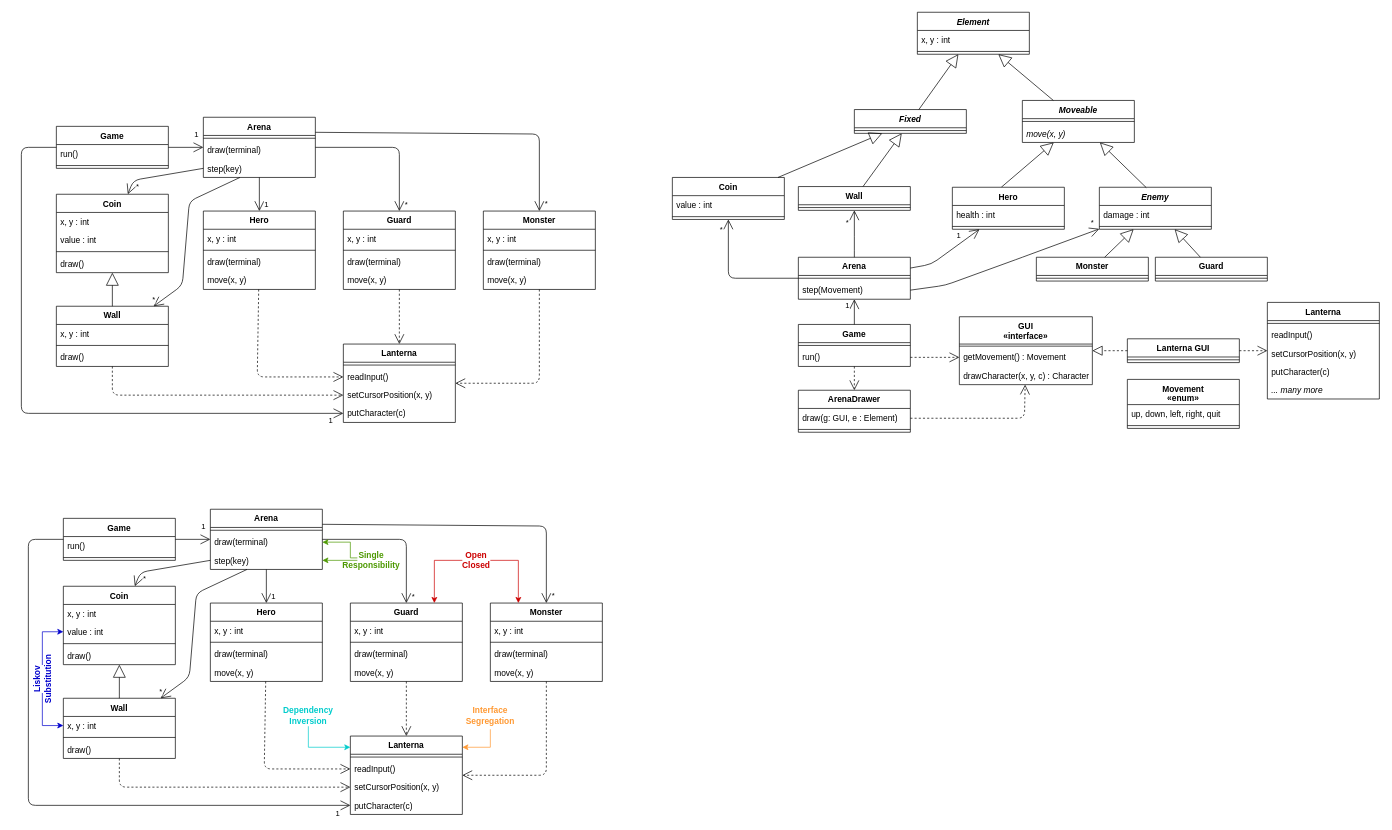
The draw.io diagram assets/solid/solid.drawio in arestivo/slides, before the edit. Source tidied: cells renumbered, new cells numbered last; positions are measured from the earlier drawing's top-left corner, leaving out a move shared by most shapes. Both pictures are drawn from the tidied source at 70%, with x=0, y=0 at pixel (21, 12).
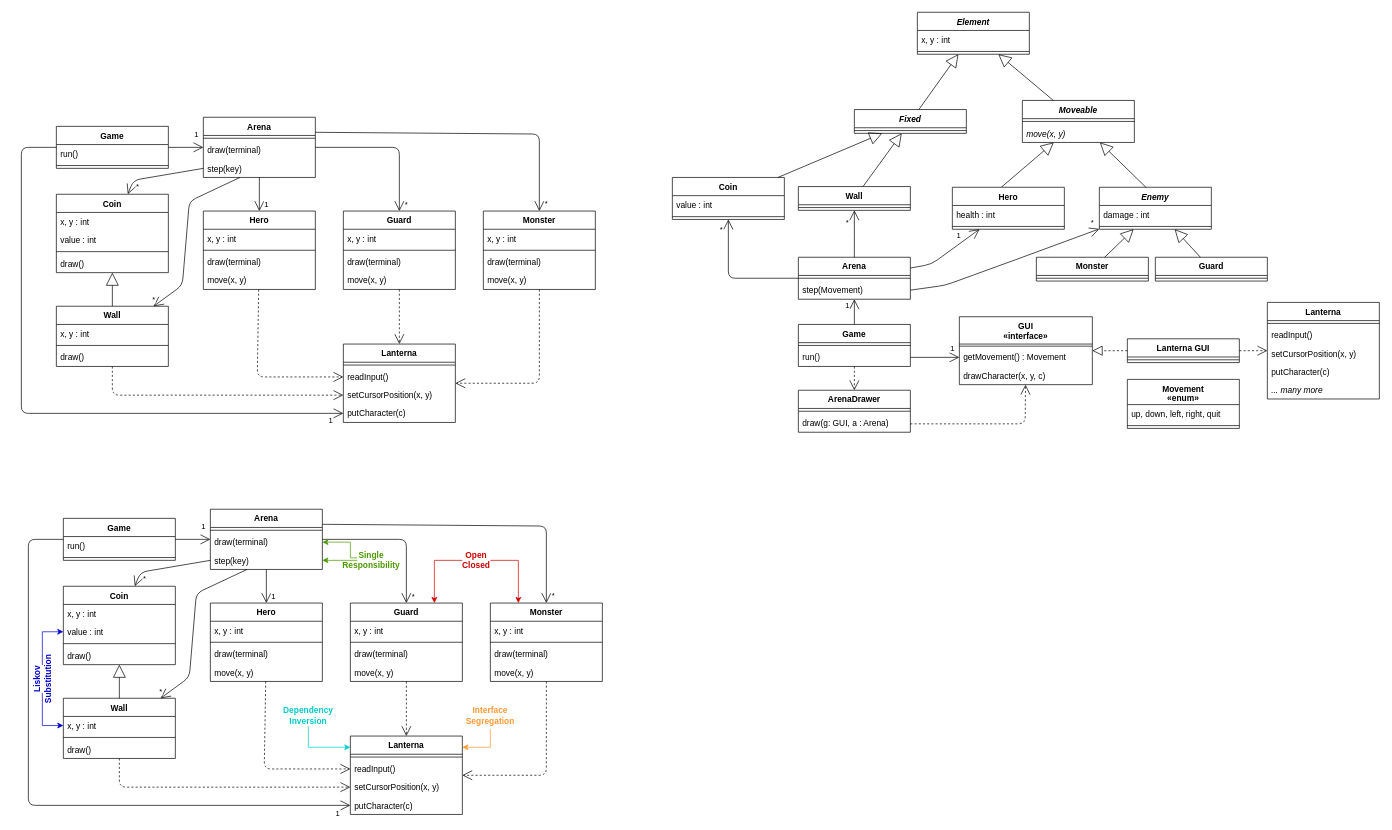
Above is the later version.

Commit message (it also covers changes not shown here):
Updated SOLID diagram

The change refers to these unchanged cells:
```xml
<mxCell id="116" value="run()" style="text;strokeColor=none;fillColor=none;align=left;verticalAlign=top;spacingLeft=4;spacingRight=4;overflow=hidden;points=[[0,0.5],[1,0.5]];portConstraint=eastwest;" parent="114" vertex="1">
  <mxGeometry y="34" width="160" height="26" as="geometry" />
</mxCell>
<mxCell id="154" value="GUI&#10;«interface»" style="swimlane;fontStyle=1;align=center;verticalAlign=top;horizontal=1;startSize=39;" parent="1" vertex="1">
  <mxGeometry x="1340" y="435" width="190" height="97" as="geometry" />
</mxCell>
<mxCell id="156" value="getMovement() : Movement" style="text;strokeColor=none;fillColor=none;align=left;verticalAlign=top;spacingLeft=4;spacingRight=4;overflow=hidden;points=[[0,0.5],[1,0.5]];portConstraint=eastwest;" parent="154" vertex="1">
  <mxGeometry y="45" width="190" height="26" as="geometry" />
</mxCell>
<mxCell id="168" value="ArenaDrawer" style="swimlane;fontStyle=1;align=center;verticalAlign=top;horizontal=1;startSize=26;" parent="1" vertex="1">
  <mxGeometry x="1110" y="540" width="160" height="60" as="geometry" />
</mxCell>
```

What changed in the source:
```diff
@@
-    <mxCell id="157" value="drawCharacter(x, y, c) : Character" style="text;strokeColor=none;fillColor=none;align=left;verticalAlign=top;spacingLeft=4;spacingRight=4;overflow=hidden;" parent="154" vertex="1">
+    <mxCell id="157" value="drawCharacter(x, y, c)" style="text;strokeColor=none;fillColor=none;align=left;verticalAlign=top;spacingLeft=4;spacingRight=4;overflow=hidden;" parent="154" vertex="1">
       <mxGeometry y="71" width="190" height="26" as="geometry" />
     </mxCell>
@@
-    <mxCell id="167" style="endArrow=open;endSize=12;dashed=1;html=1;strokeColor=#000000;fontColor=#000000;exitX=1;exitY=0.5;exitDx=0;exitDy=0;" parent="1" edge="1" source="116" target="156">
-      <mxGeometry relative="1" as="geometry" />
+    <mxCell id="167" value="1" style="endArrow=open;endSize=12;html=1;strokeColor=#000000;fontColor=#000000;exitX=1;exitY=0.5;exitDx=0;exitDy=0;" parent="1" edge="1" source="116" target="156">
+      <mxGeometry x="0.71" y="13" relative="1" as="geometry" />
     </mxCell>
@@
+    <mxCell id="170" style="line;strokeWidth=1;fillColor=none;align=left;verticalAlign=middle;spacingTop=-1;spacingLeft=3;spacingRight=3;labelPosition=right;" parent="168" vertex="1">
+      <mxGeometry y="26" width="160" height="8" as="geometry" />
+    </mxCell>
-    <mxCell id="169" value="draw(g: GUI, e : Element)" style="text;strokeColor=none;fillColor=none;align=left;verticalAlign=top;spacingLeft=4;spacingRight=4;overflow=hidden;points=[[0,0.5],[1,0.5]];portConstraint=eastwest;" parent="168" vertex="1">
-      <mxGeometry y="26" width="160" height="26" as="geometry" />
+    <mxCell id="169" value="draw(g: GUI, a : Arena)" style="text;strokeColor=none;fillColor=none;align=left;verticalAlign=top;spacingLeft=4;spacingRight=4;overflow=hidden;points=[[0,0.5],[1,0.5]];portConstraint=eastwest;" parent="168" vertex="1">
+      <mxGeometry y="34" width="160" height="26" as="geometry" />
     </mxCell>
-    <mxCell id="170" style="line;strokeWidth=1;fillColor=none;align=left;verticalAlign=middle;spacingTop=-1;spacingLeft=3;spacingRight=3;labelPosition=right;" parent="168" vertex="1">
-      <mxGeometry y="52" width="160" height="8" as="geometry" />
-    </mxCell>
@@
     <mxCell id="172" style="endArrow=open;endSize=12;dashed=1;html=1;strokeColor=#000000;fontColor=#000000;exitX=1;exitY=0.538;exitDx=0;exitDy=0;exitPerimeter=0;" parent="1" edge="1" source="169" target="154">
       <mxGeometry relative="1" as="geometry">
         <Array as="points">
-          <mxPoint x="1433" y="580" />
+          <mxPoint x="1434" y="588" />
         </Array>
       </mxGeometry>
     </mxCell>
```
